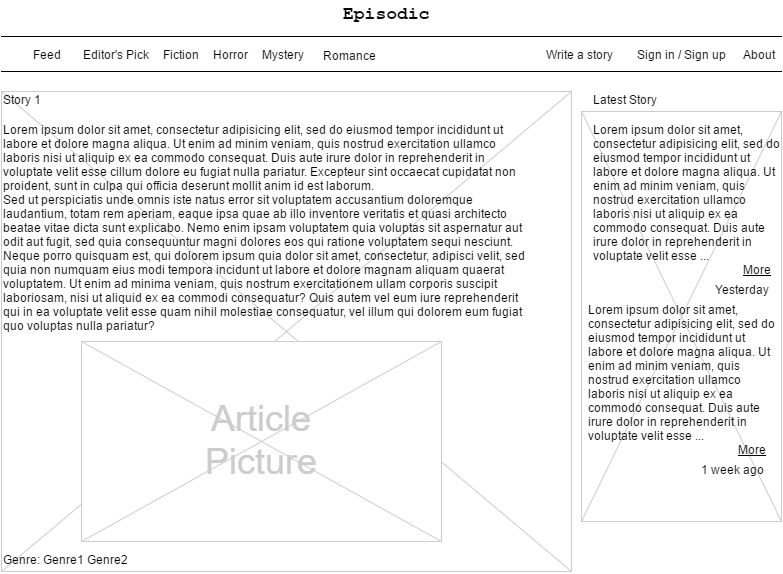
maestromac/Episodic keeps this draw.io diagram as docs/wireframes/story_index.png. Above is the earlier version. Source tidied: cells renumbered, new cells last; positions are measured from the earlier drawing's top-left corner, leaving out a move shared by most shapes. Source of this version:
```xml
<mxGraphModel background="#ffffff">
  <root>
    <mxCell id="0" style="html=1;" />
    <mxCell id="1" style="html=1;" parent="0" />
    <mxCell id="2" style="verticalLabelPosition=bottom;verticalAlign=top;strokeWidth=1;shape=mxgraph.mockup.graphics.iconGrid;strokeColor=#CCCCCC;gridSize=1,1;html=1;" parent="1" vertex="1">
      <mxGeometry x="580" y="110" width="200" height="410" as="geometry" />
    </mxCell>
    <mxCell id="3" style="verticalLabelPosition=bottom;verticalAlign=top;strokeWidth=1;shape=mxgraph.mockup.graphics.iconGrid;strokeColor=#CCCCCC;gridSize=1,1;html=1;" parent="1" vertex="1">
      <mxGeometry y="90" width="570" height="480" as="geometry" />
    </mxCell>
    <mxCell id="4" value="&lt;div style=&quot;text-align: center&quot;&gt;&lt;span style=&quot;line-height: 1.2&quot;&gt;&lt;b&gt;&lt;font face=&quot;Courier New&quot;&gt;Episodic&lt;/font&gt;&lt;/b&gt;&lt;/span&gt;&lt;/div&gt;" style="text;spacingTop=-5;fontSize=18;fontStyle=0;html=1;" parent="1" vertex="1">
      <mxGeometry x="340" width="70" height="20" as="geometry" />
    </mxCell>
    <mxCell id="5" style="line;strokeWidth=1;html=1;" parent="1" vertex="1">
      <mxGeometry y="30" width="780" height="10" as="geometry" />
    </mxCell>
    <mxCell id="6" style="line;strokeWidth=1;html=1;" parent="1" vertex="1">
      <mxGeometry y="65" width="780" height="10" as="geometry" />
    </mxCell>
    <mxCell id="7" value="Feed" style="text;spacingTop=-5;html=1;" parent="1" vertex="1">
      <mxGeometry x="30" y="45" width="30" height="20" as="geometry" />
    </mxCell>
    <mxCell id="8" value="About" style="text;spacingTop=-5;html=1;" parent="1" vertex="1">
      <mxGeometry x="740" y="45" width="30" height="20" as="geometry" />
    </mxCell>
    <mxCell id="9" value="Sign in / Sign up" style="text;spacingTop=-5;html=1;" parent="1" vertex="1">
      <mxGeometry x="634" y="45" width="101" height="20" as="geometry" />
    </mxCell>
    <mxCell id="10" value="Story 1" style="text;spacingTop=-5;html=1;" parent="1" vertex="1">
      <mxGeometry y="90" width="70" height="20" as="geometry" />
    </mxCell>
    <mxCell id="11" value="Lorem ipsum dolor sit amet, consectetur adipisicing elit, sed do eiusmod tempor incididunt ut labore et dolore magna aliqua. Ut enim ad minim veniam, quis nostrud exercitation ullamco laboris nisi ut aliquip ex ea commodo consequat. Duis aute irure dolor in reprehenderit in voluptate velit esse cillum dolore eu fugiat nulla pariatur. Excepteur sint occaecat cupidatat non proident, sunt in culpa qui officia deserunt mollit anim id est laborum.&#10;Sed ut perspiciatis unde omnis iste natus error sit voluptatem accusantium doloremque laudantium, totam rem aperiam, eaque ipsa quae ab illo inventore veritatis et quasi architecto beatae vitae dicta sunt explicabo. Nemo enim ipsam voluptatem quia voluptas sit aspernatur aut odit aut fugit, sed quia consequuntur magni dolores eos qui ratione voluptatem sequi nesciunt. Neque porro quisquam est, qui dolorem ipsum quia dolor sit amet, consectetur, adipisci velit, sed quia non numquam eius modi tempora incidunt ut labore et dolore magnam aliquam quaerat voluptatem. Ut enim ad minima veniam, quis nostrum exercitationem ullam corporis suscipit laboriosam, nisi ut aliquid ex ea commodi consequatur? Quis autem vel eum iure reprehenderit qui in ea voluptate velit esse quam nihil molestiae consequatur, vel illum qui dolorem eum fugiat quo voluptas nulla pariatur?" style="text;spacingTop=-5;whiteSpace=wrap;align=left;html=1;" parent="1" vertex="1">
      <mxGeometry y="120" width="530" height="250" as="geometry" />
    </mxCell>
    <mxCell id="12" value="Latest Story" style="text;spacingTop=-5;html=1;" parent="1" vertex="1">
      <mxGeometry x="590" y="90" width="30" height="20" as="geometry" />
    </mxCell>
    <mxCell id="13" value="Lorem ipsum dolor sit amet, consectetur adipisicing elit, sed do eiusmod tempor incididunt ut labore et dolore magna aliqua. Ut enim ad minim veniam, quis nostrud exercitation ullamco laboris nisi ut aliquip ex ea commodo consequat. Duis aute irure dolor in reprehenderit in voluptate velit esse ..." style="text;spacingTop=-5;whiteSpace=wrap;align=left;html=1;" parent="1" vertex="1">
      <mxGeometry x="590" y="120" width="190" height="140" as="geometry" />
    </mxCell>
    <mxCell id="14" value="More" style="text;spacingTop=-5;fontStyle=4;html=1;" parent="1" vertex="1">
      <mxGeometry x="740" y="260" width="30" height="20" as="geometry" />
    </mxCell>
    <mxCell id="15" value="Yesterday" style="text;spacingTop=-5;fontStyle=0;align=right;html=1;" parent="1" vertex="1">
      <mxGeometry x="740" y="280" width="30" height="20" as="geometry" />
    </mxCell>
    <mxCell id="16" value="Lorem ipsum dolor sit amet, consectetur adipisicing elit, sed do eiusmod tempor incididunt ut labore et dolore magna aliqua. Ut enim ad minim veniam, quis nostrud exercitation ullamco laboris nisi ut aliquip ex ea commodo consequat. Duis aute irure dolor in reprehenderit in voluptate velit esse ..." style="text;spacingTop=-5;whiteSpace=wrap;align=left;html=1;" parent="1" vertex="1">
      <mxGeometry x="585" y="300" width="190" height="140" as="geometry" />
    </mxCell>
    <mxCell id="17" value="More" style="text;spacingTop=-5;fontStyle=4;html=1;" parent="1" vertex="1">
      <mxGeometry x="735" y="440" width="30" height="20" as="geometry" />
    </mxCell>
    <mxCell id="18" value="1 week ago" style="text;spacingTop=-5;fontStyle=0;align=right;html=1;" parent="1" vertex="1">
      <mxGeometry x="735" y="460" width="30" height="20" as="geometry" />
    </mxCell>
    <mxCell id="19" value="Editor's Pick" style="text;spacingTop=-5;html=1;" parent="1" vertex="1">
      <mxGeometry x="80" y="45" width="80" height="20" as="geometry" />
    </mxCell>
    <mxCell id="20" value="Fiction" style="text;spacingTop=-5;html=1;" parent="1" vertex="1">
      <mxGeometry x="160" y="45" width="50" height="20" as="geometry" />
    </mxCell>
    <mxCell id="21" value="Horror" style="text;spacingTop=-5;html=1;" parent="1" vertex="1">
      <mxGeometry x="210" y="45" width="50" height="20" as="geometry" />
    </mxCell>
    <mxCell id="22" style="verticalLabelPosition=bottom;verticalAlign=top;strokeWidth=1;shape=mxgraph.mockup.graphics.iconGrid;strokeColor=#CCCCCC;gridSize=1,1;html=1;" parent="1" vertex="1">
      <mxGeometry x="80" y="340" width="360" height="200" as="geometry" />
    </mxCell>
    <mxCell id="23" value="Article&#10;Picture" style="text;spacingTop=-5;align=center;verticalAlign=middle;fontSize=36;fontColor=#CCCCCC;html=1;" parent="1" vertex="1">
      <mxGeometry x="80" y="340" width="360" height="200" as="geometry" />
    </mxCell>
    <mxCell id="24" value="Genre: Genre1 Genre2" style="text;spacingTop=-5;html=1;" parent="1" vertex="1">
      <mxGeometry y="550" width="210" height="20" as="geometry" />
    </mxCell>
    <mxCell id="25" value="Mys&lt;span style=&quot;line-height: 1.2&quot;&gt;tery&amp;nbsp;&lt;/span&gt;" style="text;html=1;align=left;verticalAlign=top;spacingTop=-4;rotation=0;" parent="1" vertex="1">
      <mxGeometry x="259" y="44" width="60" height="20" as="geometry" />
    </mxCell>
    <mxCell id="26" value="Romance" style="text;html=1;align=left;verticalAlign=top;spacingTop=-4;" parent="1" vertex="1">
      <mxGeometry x="320" y="45" width="70" height="20" as="geometry" />
    </mxCell>
    <mxCell id="27" value="Write a story&amp;nbsp;" style="text;html=1;align=left;verticalAlign=top;spacingTop=-4;" parent="1" vertex="1">
      <mxGeometry x="543" y="44" width="90" height="20" as="geometry" />
    </mxCell>
    <mxCell id="28" style="edgeStyle=orthogonalEdgeStyle;rounded=0;html=1;exitX=0.5;exitY=0;entryX=0.5;entryY=0;jettySize=auto;orthogonalLoop=1;" parent="1" edge="1" source="12" target="12">
      <mxGeometry relative="1" as="geometry" />
    </mxCell>
  </root>
</mxGraphModel>
```
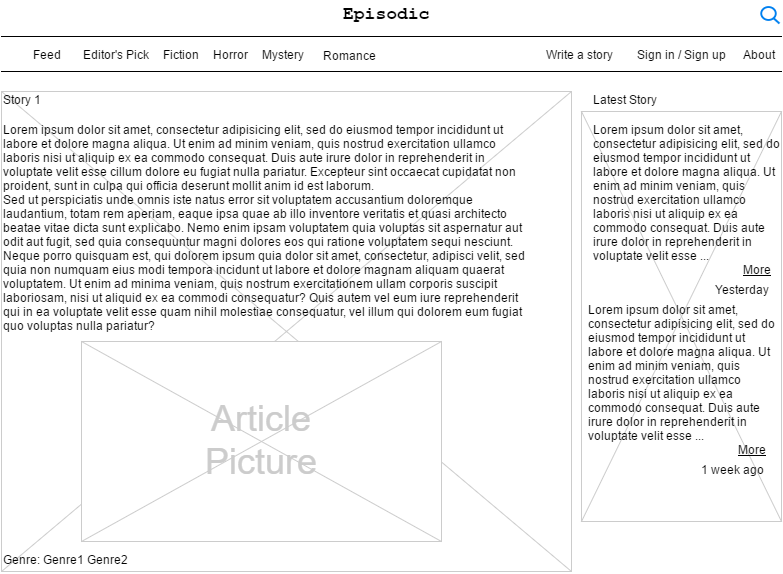
Later version of the same file.

Diff of the diagram source:
```diff
@@ -83,5 +83,8 @@
     <mxCell id="28" style="edgeStyle=orthogonalEdgeStyle;rounded=0;html=1;exitX=0.5;exitY=0;entryX=0.5;entryY=0;jettySize=auto;orthogonalLoop=1;" parent="1" edge="1" source="12" target="12">
       <mxGeometry relative="1" as="geometry" />
     </mxCell>
+    <mxCell id="29" style="html=1;verticalLabelPosition=bottom;labelBackgroundColor=#ffffff;verticalAlign=top;strokeWidth=2;strokeColor=#0080F0;fillColor=#ffffff;shadow=0;dashed=0;shape=mxgraph.ios7.icons.looking_glass;fontFamily=Times New Roman;fontSize=13;align=left;" parent="1" vertex="1">
+      <mxGeometry x="760" y="6" width="18" height="16" as="geometry" />
+    </mxCell>
   </root>
 </mxGraphModel>
```
